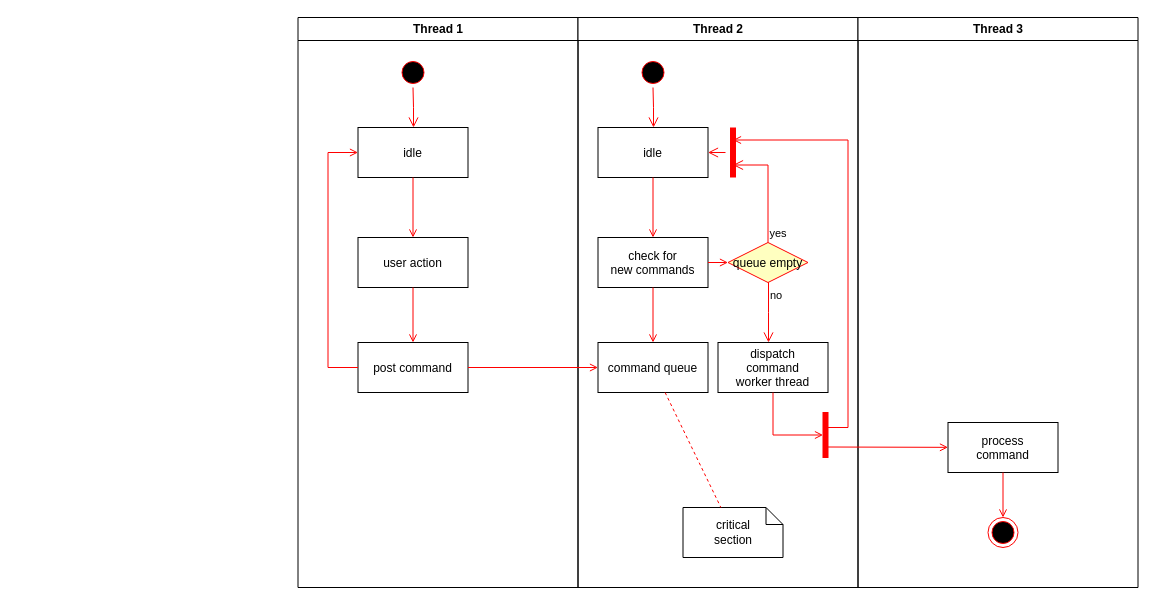
Arisa-Ndreu/test keeps this draw.io diagram as Activity Diagram.drawio. Above is the earlier version. Source tidied: cells renumbered, new cells numbered last; positions are measured from the earlier drawing's top-left corner, leaving out a move shared by most shapes. Both pictures are drawn from the tidied source at 100%, with x=0, y=0 at pixel (297, 17).
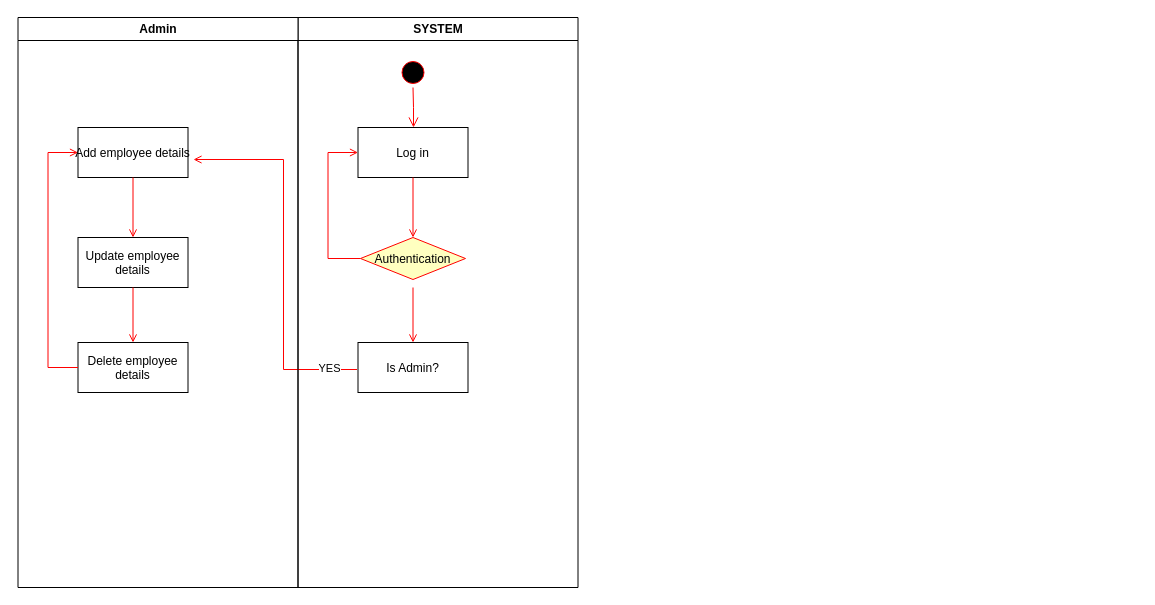
After the change.

Commit message:
Employee Information Diagram.drawio

What changed in the source:
```diff
@@
-    <mxCell id="2" value="Thread 1" style="swimlane;whiteSpace=wrap;" parent="1" vertex="1">
+    <mxCell id="2" value="SYSTEM" style="swimlane;whiteSpace=wrap;" parent="1" vertex="1">
       <mxGeometry x="0.5" width="280" height="570" as="geometry" />
     </mxCell>
@@
-    <mxCell id="5" value="idle" parent="2" vertex="1">
+    <mxCell id="5" value="Log in" parent="2" vertex="1">
       <mxGeometry x="60" y="110" width="110" height="50" as="geometry" />
     </mxCell>
-    <mxCell id="6" value="user action" parent="2" vertex="1">
-      <mxGeometry x="60" y="220" width="110" height="50" as="geometry" />
-    </mxCell>
-    <mxCell id="7" style="endArrow=open;strokeColor=#FF0000;endFill=1;rounded=0;" parent="2" edge="1" source="5" target="6">
-      <mxGeometry relative="1" as="geometry" />
+    <mxCell id="7" style="endArrow=open;strokeColor=#FF0000;endFill=1;rounded=0;" parent="2" edge="1" source="5">
+      <mxGeometry relative="1" as="geometry">
+        <mxPoint x="115" y="220" as="targetPoint" />
+      </mxGeometry>
     </mxCell>
-    <mxCell id="8" value="post command" parent="2" vertex="1">
+    <mxCell id="8" value="Is Admin?" parent="2" vertex="1">
       <mxGeometry x="60" y="325" width="110" height="50" as="geometry" />
     </mxCell>
-    <mxCell id="9" style="endArrow=open;strokeColor=#FF0000;endFill=1;rounded=0;" parent="2" edge="1" source="6" target="8">
-      <mxGeometry relative="1" as="geometry" />
+    <mxCell id="9" style="endArrow=open;strokeColor=#FF0000;endFill=1;rounded=0;" parent="2" edge="1" target="8">
+      <mxGeometry relative="1" as="geometry">
+        <mxPoint x="115" y="270" as="sourcePoint" />
+      </mxGeometry>
     </mxCell>
-    <mxCell id="10" style="edgeStyle=elbowEdgeStyle;elbow=horizontal;strokeColor=#FF0000;endArrow=open;endFill=1;rounded=0;" parent="2" edge="1" source="8" target="5">
+    <mxCell id="10" style="edgeStyle=elbowEdgeStyle;elbow=horizontal;strokeColor=#FF0000;endArrow=open;endFill=1;rounded=0;exitX=0;exitY=0.5;exitDx=0;exitDy=0;" parent="2" edge="1" source="37" target="5">
       <mxGeometry relative="1" as="geometry">
         <Array as="points">
           <mxPoint x="30" y="250" />
         </Array>
       </mxGeometry>
     </mxCell>
-    <mxCell id="11" value="Thread 2" style="swimlane;whiteSpace=wrap;" parent="1" vertex="1">
-      <mxGeometry x="280.5" width="280" height="570" as="geometry" />
-    </mxCell>
-    <mxCell id="12" style="ellipse;shape=startState;fillColor=#000000;strokeColor=#ff0000;" parent="11" vertex="1">
-      <mxGeometry x="60" y="40" width="30" height="30" as="geometry" />
-    </mxCell>
-    <mxCell id="13" style="edgeStyle=elbowEdgeStyle;elbow=horizontal;verticalAlign=bottom;endArrow=open;endSize=8;strokeColor=#FF0000;endFill=1;rounded=0;" parent="11" edge="1" source="12" target="14">
-      <mxGeometry x="40" y="20" as="geometry" />
-    </mxCell>
-    <mxCell id="14" value="idle" parent="11" vertex="1">
-      <mxGeometry x="20" y="110" width="110" height="50" as="geometry" />
-    </mxCell>
-    <mxCell id="15" value="check for &#10;new commands" parent="11" vertex="1">
-      <mxGeometry x="20" y="220" width="110" height="50" as="geometry" />
-    </mxCell>
-    <mxCell id="16" style="endArrow=open;strokeColor=#FF0000;endFill=1;rounded=0;" parent="11" edge="1" source="14" target="15">
-      <mxGeometry relative="1" as="geometry" />
-    </mxCell>
-    <mxCell id="17" value="command queue" parent="11" vertex="1">
-      <mxGeometry x="20" y="325" width="110" height="50" as="geometry" />
-    </mxCell>
-    <mxCell id="18" style="endArrow=open;strokeColor=#FF0000;endFill=1;rounded=0;" parent="11" edge="1" source="15" target="17">
-      <mxGeometry relative="1" as="geometry" />
-    </mxCell>
-    <mxCell id="19" value="queue empty" style="rhombus;fillColor=#ffffc0;strokeColor=#ff0000;" parent="11" vertex="1">
-      <mxGeometry x="150" y="225" width="80" height="40" as="geometry" />
-    </mxCell>
-    <mxCell id="20" value="yes" style="edgeStyle=elbowEdgeStyle;elbow=horizontal;align=left;verticalAlign=bottom;endArrow=open;endSize=8;strokeColor=#FF0000;exitX=0.5;exitY=0;endFill=1;rounded=0;entryX=0.75;entryY=0.5;entryPerimeter=0;" parent="11" edge="1" source="19" target="23">
-      <mxGeometry x="-1" relative="1" as="geometry">
-        <Array as="points">
-          <mxPoint x="190" y="180" />
-        </Array>
-      </mxGeometry>
-    </mxCell>
-    <mxCell id="21" value="no" style="edgeStyle=elbowEdgeStyle;elbow=horizontal;align=left;verticalAlign=top;endArrow=open;endSize=8;strokeColor=#FF0000;endFill=1;rounded=0;" parent="11" edge="1" source="19" target="25">
-      <mxGeometry x="-1" relative="1" as="geometry" />
-    </mxCell>
-    <mxCell id="22" style="endArrow=open;strokeColor=#FF0000;endFill=1;rounded=0;" parent="11" edge="1" source="15" target="19">
-      <mxGeometry relative="1" as="geometry" />
-    </mxCell>
-    <mxCell id="23" style="shape=line;strokeWidth=6;strokeColor=#ff0000;rotation=90;" parent="11" vertex="1">
-      <mxGeometry x="130" y="127.5" width="50" height="15" as="geometry" />
-    </mxCell>
-    <mxCell id="24" style="edgeStyle=elbowEdgeStyle;elbow=horizontal;verticalAlign=bottom;endArrow=open;endSize=8;strokeColor=#FF0000;endFill=1;rounded=0;" parent="11" edge="1" source="23" target="14">
-      <mxGeometry x="130" y="90" as="geometry" />
-    </mxCell>
-    <mxCell id="25" value="dispatch&#10;command&#10;worker thread" parent="11" vertex="1">
-      <mxGeometry x="140" y="325" width="110" height="50" as="geometry" />
-    </mxCell>
-    <mxCell id="26" value="critical&#10;section" style="shape=note;whiteSpace=wrap;size=17;" parent="11" vertex="1">
-      <mxGeometry x="105" y="490" width="100" height="50" as="geometry" />
-    </mxCell>
-    <mxCell id="27" style="endArrow=none;strokeColor=#FF0000;endFill=0;rounded=0;dashed=1;" parent="11" edge="1" source="17" target="26">
-      <mxGeometry relative="1" as="geometry" />
-    </mxCell>
-    <mxCell id="28" style="whiteSpace=wrap;strokeColor=#FF0000;fillColor=#FF0000;" parent="11" vertex="1">
-      <mxGeometry x="245" y="395" width="5" height="45" as="geometry" />
-    </mxCell>
-    <mxCell id="29" style="edgeStyle=elbowEdgeStyle;elbow=horizontal;entryX=0;entryY=0.5;strokeColor=#FF0000;endArrow=open;endFill=1;rounded=0;" parent="11" edge="1" source="25" target="28">
-      <mxGeometry relative="1" as="geometry">
-        <Array as="points">
-          <mxPoint x="195" y="400" />
-        </Array>
-      </mxGeometry>
-    </mxCell>
-    <mxCell id="30" value="Thread 3" style="swimlane;whiteSpace=wrap;" parent="1" vertex="1">
-      <mxGeometry x="560.5" width="280" height="570" as="geometry" />
-    </mxCell>
-    <mxCell id="31" value="process&#10;command" parent="30" vertex="1">
-      <mxGeometry x="90" y="405" width="110" height="50" as="geometry" />
-    </mxCell>
-    <mxCell id="32" style="edgeStyle=elbowEdgeStyle;elbow=horizontal;strokeColor=#FF0000;endArrow=open;endFill=1;rounded=0;entryX=0.25;entryY=0.5;entryPerimeter=0;" parent="30" edge="1" target="23">
-      <mxGeometry relative="1" as="geometry">
-        <mxPoint x="-30" y="410" as="sourcePoint" />
-        <Array as="points">
-          <mxPoint x="-10" y="135" />
-        </Array>
-      </mxGeometry>
-    </mxCell>
-    <mxCell id="33" style="edgeStyle=none;strokeColor=#FF0000;endArrow=open;endFill=1;rounded=0;" parent="30" edge="1" target="31">
-      <mxGeometry relative="1" as="geometry">
-        <mxPoint x="-30" y="429.5" as="sourcePoint" />
-      </mxGeometry>
-    </mxCell>
-    <mxCell id="34" style="ellipse;shape=endState;fillColor=#000000;strokeColor=#ff0000;" parent="30" vertex="1">
-      <mxGeometry x="130" y="500" width="30" height="30" as="geometry" />
-    </mxCell>
-    <mxCell id="35" style="endArrow=open;strokeColor=#FF0000;endFill=1;rounded=0;" parent="30" edge="1" source="31" target="34">
-      <mxGeometry relative="1" as="geometry" />
-    </mxCell>
-    <mxCell id="36" style="endArrow=open;strokeColor=#FF0000;endFill=1;rounded=0;" parent="1" edge="1" source="8" target="17">
-      <mxGeometry relative="1" as="geometry" />
-    </mxCell>
+    <mxCell id="37" value="Authentication" style="rhombus;fillColor=#ffffc0;strokeColor=#ff0000;" parent="2" vertex="1">
+      <mxGeometry x="62.5" y="220" width="105" height="42" as="geometry" />
+    </mxCell>
+    <mxCell id="38" style="endArrow=open;strokeColor=#FF0000;endFill=1;rounded=0;" parent="2" edge="1">
+      <mxGeometry relative="1" as="geometry">
+        <mxPoint x="59" y="352" as="sourcePoint" />
+        <mxPoint x="-104.5" y="142" as="targetPoint" />
+        <Array as="points">
+          <mxPoint x="-14.5" y="352" />
+          <mxPoint x="-14.5" y="142" />
+        </Array>
+      </mxGeometry>
+    </mxCell>
+    <mxCell id="39" value="YES" style="edgeLabel;html=1;align=center;verticalAlign=middle;" parent="38" vertex="1">
+      <mxGeometry x="-0.85" y="-2" relative="1" as="geometry" />
+    </mxCell>
+    <mxCell id="40" value="Admin" style="swimlane;whiteSpace=wrap;" parent="1" vertex="1">
+      <mxGeometry x="-279.5" width="280" height="570" as="geometry" />
+    </mxCell>
+    <mxCell id="41" value="Add employee details" parent="40" vertex="1">
+      <mxGeometry x="60" y="110" width="110" height="50" as="geometry" />
+    </mxCell>
+    <mxCell id="42" value="Update employee &#10;details" parent="40" vertex="1">
+      <mxGeometry x="60" y="220" width="110" height="50" as="geometry" />
+    </mxCell>
+    <mxCell id="43" style="endArrow=open;strokeColor=#FF0000;endFill=1;rounded=0;" parent="40" edge="1" source="41" target="42">
+      <mxGeometry relative="1" as="geometry" />
+    </mxCell>
+    <mxCell id="44" value="Delete employee &#10;details" parent="40" vertex="1">
+      <mxGeometry x="60" y="325" width="110" height="50" as="geometry" />
+    </mxCell>
+    <mxCell id="45" style="endArrow=open;strokeColor=#FF0000;endFill=1;rounded=0;" parent="40" edge="1" source="42" target="44">
+      <mxGeometry relative="1" as="geometry" />
+    </mxCell>
+    <mxCell id="46" style="edgeStyle=elbowEdgeStyle;elbow=horizontal;strokeColor=#FF0000;endArrow=open;endFill=1;rounded=0;" parent="40" edge="1" source="44" target="41">
+      <mxGeometry relative="1" as="geometry">
+        <Array as="points">
+          <mxPoint x="30" y="250" />
+        </Array>
+      </mxGeometry>
+    </mxCell>
```
